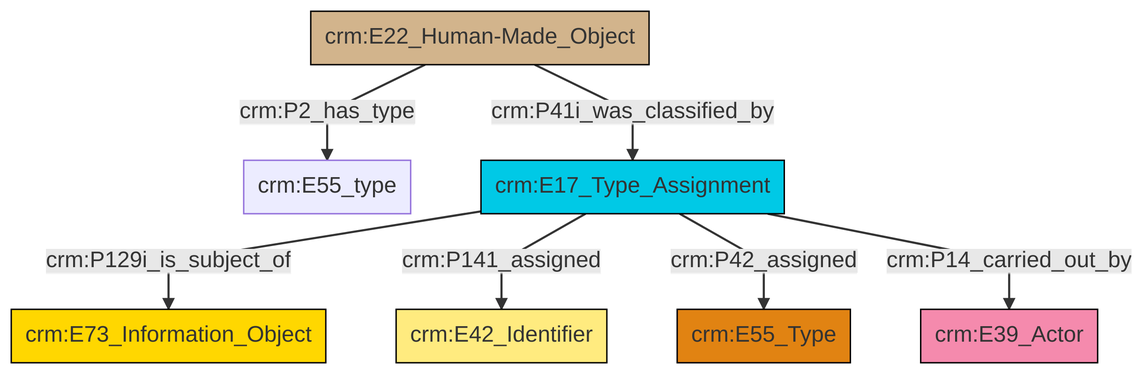
Above: et/builtWorkCSV/ttl/mmd/png/Built_Work_designation_status.png in swiss-art-research-net/reference-data-models (Mermaid), before the change. Its source is kept beside it as et/builtWorkCSV/ttl/mmd/Built_Work_designation_status.ttl.mmd.
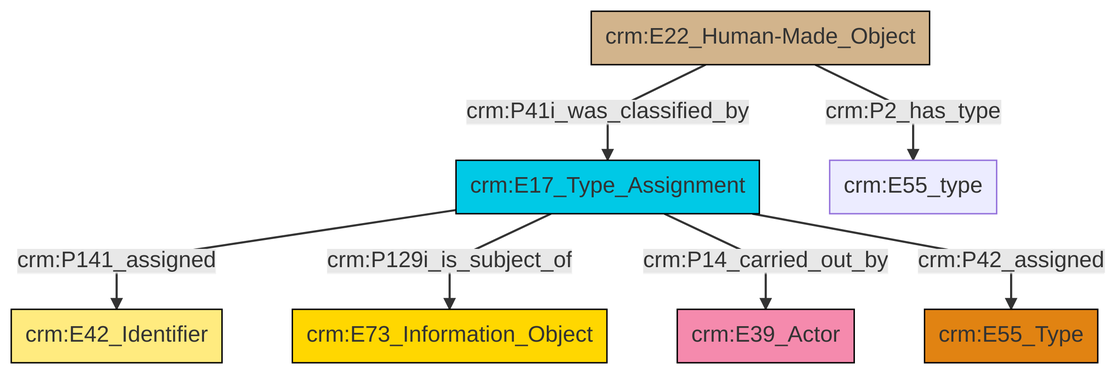
The same file after the commit.

Diff of the diagram source:
```diff
@@ -13,9 +13,9 @@
 classDef PC_Classes fill:#4ce600, stroke:#000000;
 classDef Multi fill:#cccccc,stroke:#000000;
 
-6["crm:E17_Type_Assignment"]:::Temporal_Entity -->|crm:P129i_is_subject_of| 7["crm:E73_Information_Object"]:::Conceptual_Object
-2["crm:E22_Human-Made_Object"]:::Physical_Thing -->|crm:P41i_was_classified_by| 6["crm:E17_Type_Assignment"]:::Temporal_Entity
-6["crm:E17_Type_Assignment"]:::Temporal_Entity -->|crm:P141_assigned| 10["crm:E42_Identifier"]:::Appellation
-6["crm:E17_Type_Assignment"]:::Temporal_Entity -->|crm:P42_assigned| 8["crm:E55_Type"]:::Type
-6["crm:E17_Type_Assignment"]:::Temporal_Entity -->|crm:P14_carried_out_by| 4["crm:E39_Actor"]:::Actor
-2["crm:E22_Human-Made_Object"]:::Physical_Thing -->|crm:P2_has_type| 0["crm:E55_type"]:::Default
+0["crm:E17_Type_Assignment"]:::Temporal_Entity -->|crm:P141_assigned| 1["crm:E42_Identifier"]:::Appellation
+0["crm:E17_Type_Assignment"]:::Temporal_Entity -->|crm:P129i_is_subject_of| 2["crm:E73_Information_Object"]:::Conceptual_Object
+4["crm:E22_Human-Made_Object"]:::Physical_Thing -->|crm:P2_has_type| 5["crm:E55_type"]:::Default
+0["crm:E17_Type_Assignment"]:::Temporal_Entity -->|crm:P14_carried_out_by| 8["crm:E39_Actor"]:::Actor
+0["crm:E17_Type_Assignment"]:::Temporal_Entity -->|crm:P42_assigned| 6["crm:E55_Type"]:::Type
+4["crm:E22_Human-Made_Object"]:::Physical_Thing -->|crm:P41i_was_classified_by| 0["crm:E17_Type_Assignment"]:::Temporal_Entity
```
